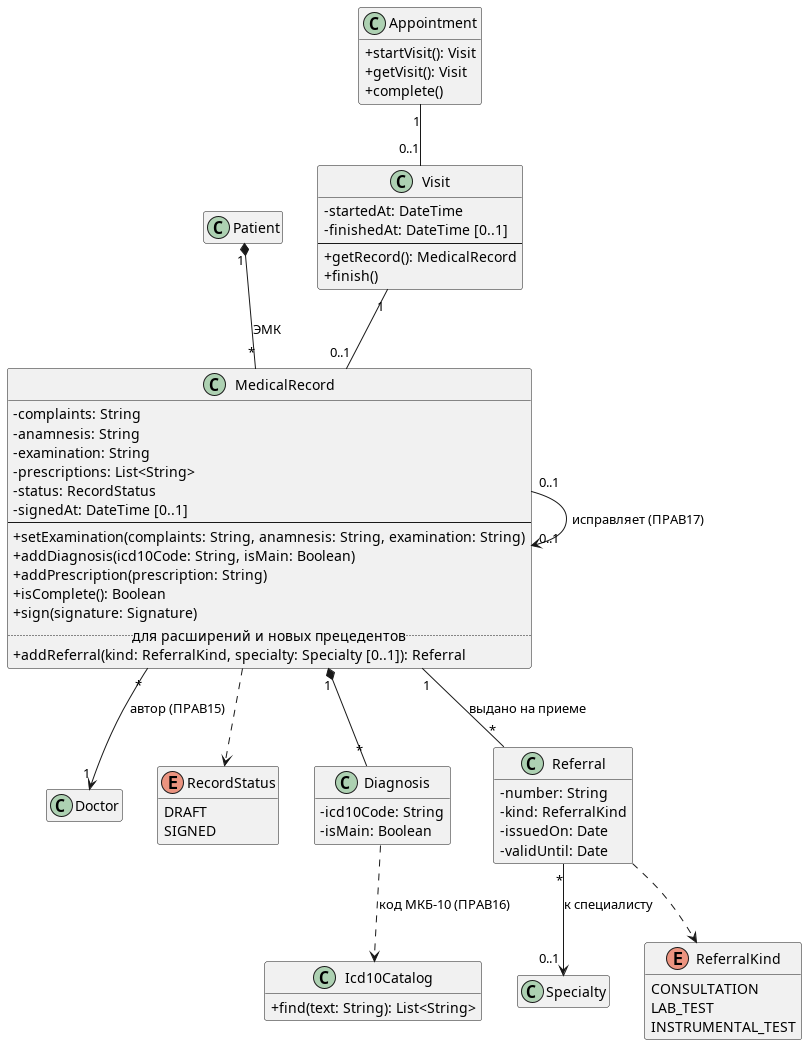
The PlantUML diagram img/classes-visit.png in penamarth/bsbo-11-24_team3_var3_clinic, before a commit.
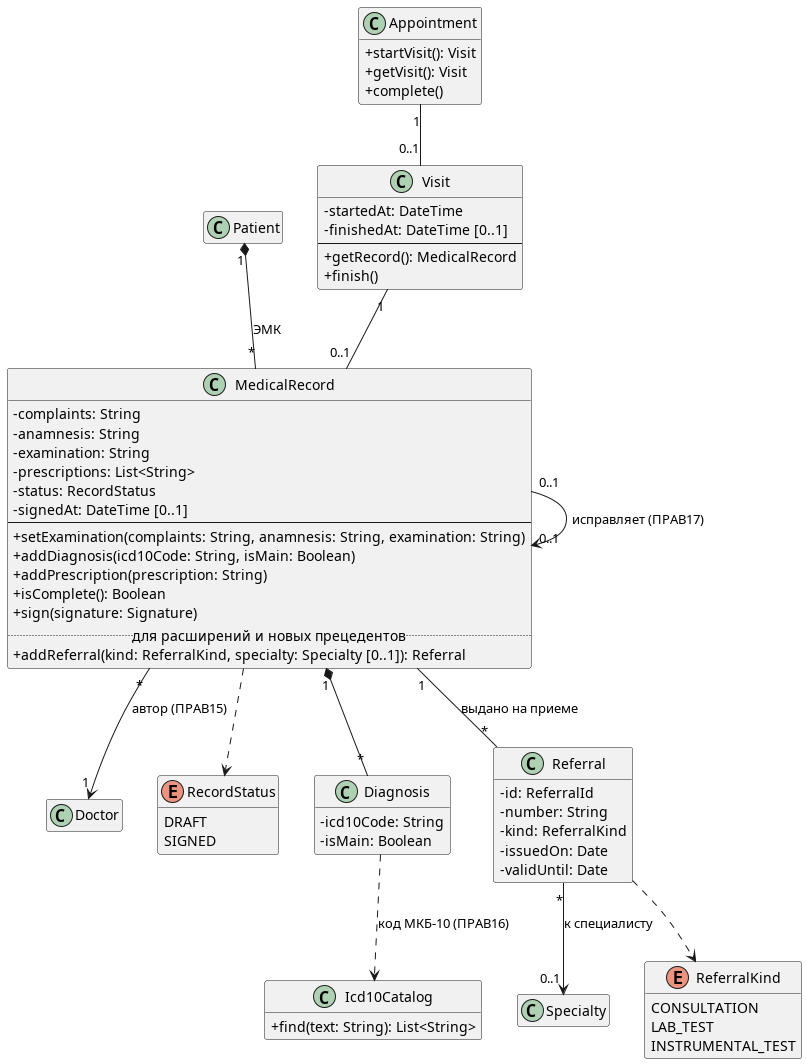
After the commit.

What changed in the source:
```diff
@@ -42,6 +42,7 @@
   - isMain: Boolean
 }
 class Referral {
+  - id: ReferralId
   - number: String
   - kind: ReferralKind
   - issuedOn: Date
```
